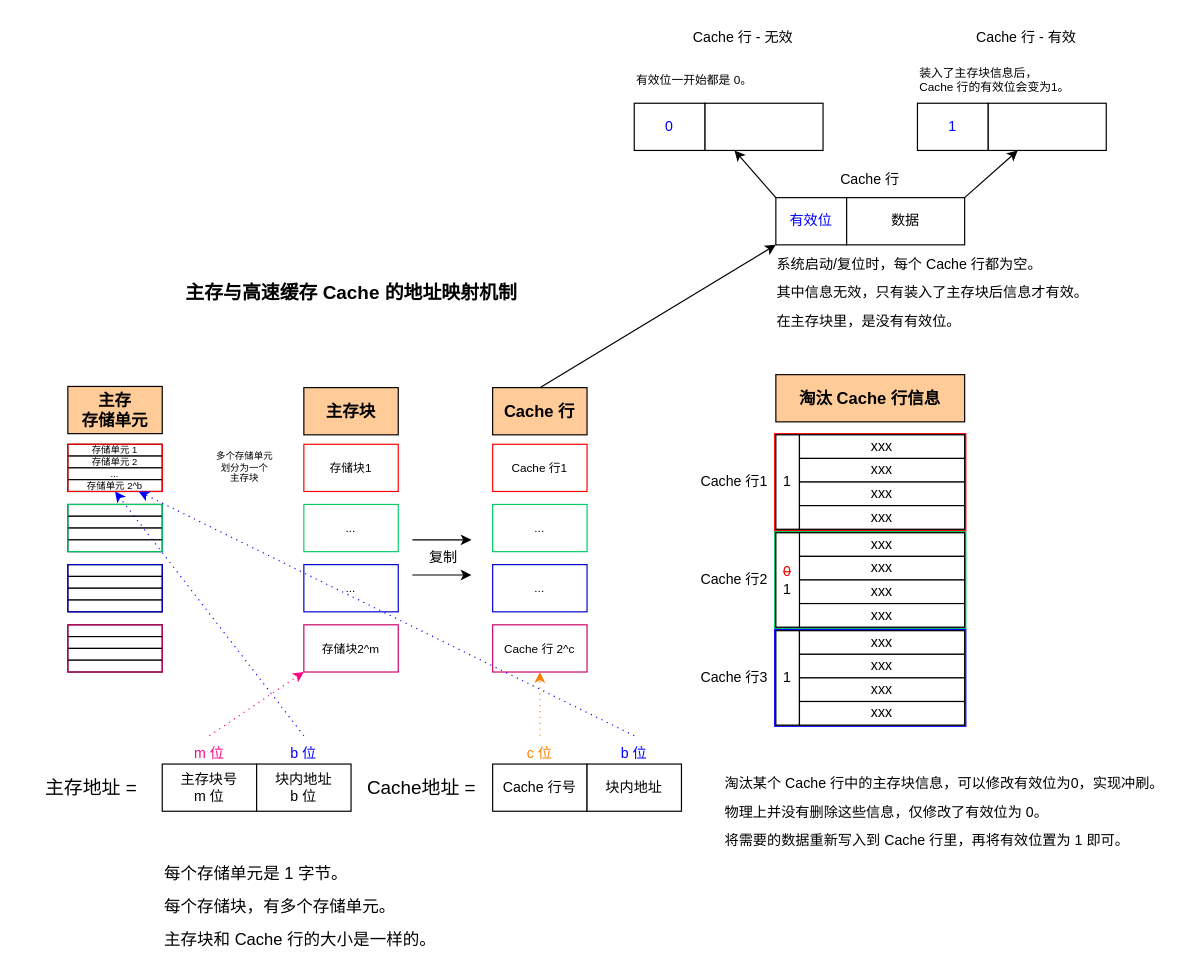
The draw.io diagram files/computer_science/主存与高速缓存Cache的地址映射机制.drawio in weizhiqimail/draw.io.repo, before the edit. Source tidied: cells renumbered, new cells numbered last; positions are measured from the earlier drawing's top-left corner, leaving out a move shared by most shapes. Both pictures are drawn from the tidied source at 118%, with x=0, y=0 at pixel (20, 20).
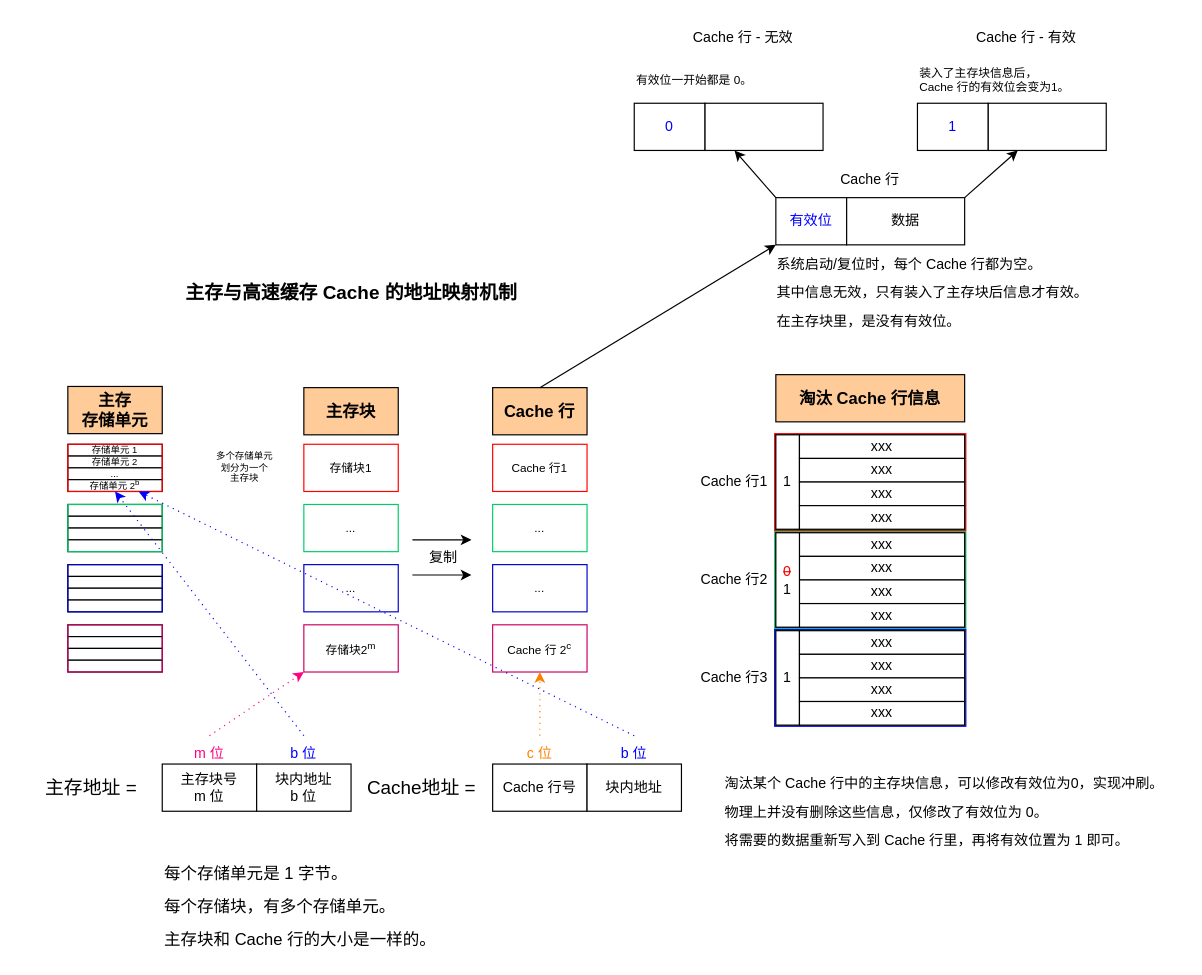
Above is the later version.

The change refers to these unchanged cells:
```xml
<mxCell id="8" style="group;" parent="1" vertex="1">
  <mxGeometry x="240" y="311" width="80" height="241" as="geometry" />
</mxCell>
<mxCell id="14" style="group;" parent="1" vertex="1">
  <mxGeometry x="400" y="311" width="80" height="241" as="geometry" />
</mxCell>
```

Diff of the diagram source:
```diff
@@
-    <mxCell id="13" value="存储块2^m" style="rounded=0;whiteSpace=wrap;html=1;fontSize=10;strokeColor=#CC0066;strokeWidth=1;" parent="8" vertex="1">
+    <mxCell id="13" value="存储块2&lt;sup&gt;m&lt;/sup&gt;" style="rounded=0;whiteSpace=wrap;html=1;fontSize=10;strokeColor=#CC0066;strokeWidth=1;" parent="8" vertex="1">
       <mxGeometry y="201" width="80" height="40" as="geometry" />
     </mxCell>
@@
-    <mxCell id="19" value="Cache 行 2^c" style="rounded=0;whiteSpace=wrap;html=1;fontSize=10;strokeColor=#CC0066;strokeWidth=1;" parent="14" vertex="1">
+    <mxCell id="19" value="Cache 行 2&lt;sup&gt;c&lt;/sup&gt;" style="rounded=0;whiteSpace=wrap;html=1;fontSize=10;strokeColor=#CC0066;strokeWidth=1;" parent="14" vertex="1">
       <mxGeometry y="201" width="80" height="40" as="geometry" />
     </mxCell>
@@
-    <mxCell id="48" value="存储单元 2^b" style="text;html=1;align=center;verticalAlign=middle;whiteSpace=wrap;rounded=0;fontSize=8;" parent="1" vertex="1">
+    <mxCell id="48" value="存储单元 2&lt;sup&gt;b&lt;/sup&gt;" style="text;html=1;align=center;verticalAlign=middle;whiteSpace=wrap;rounded=0;fontSize=8;" parent="1" vertex="1">
       <mxGeometry x="50" y="389" width="60" height="10" as="geometry" />
     </mxCell>
```
